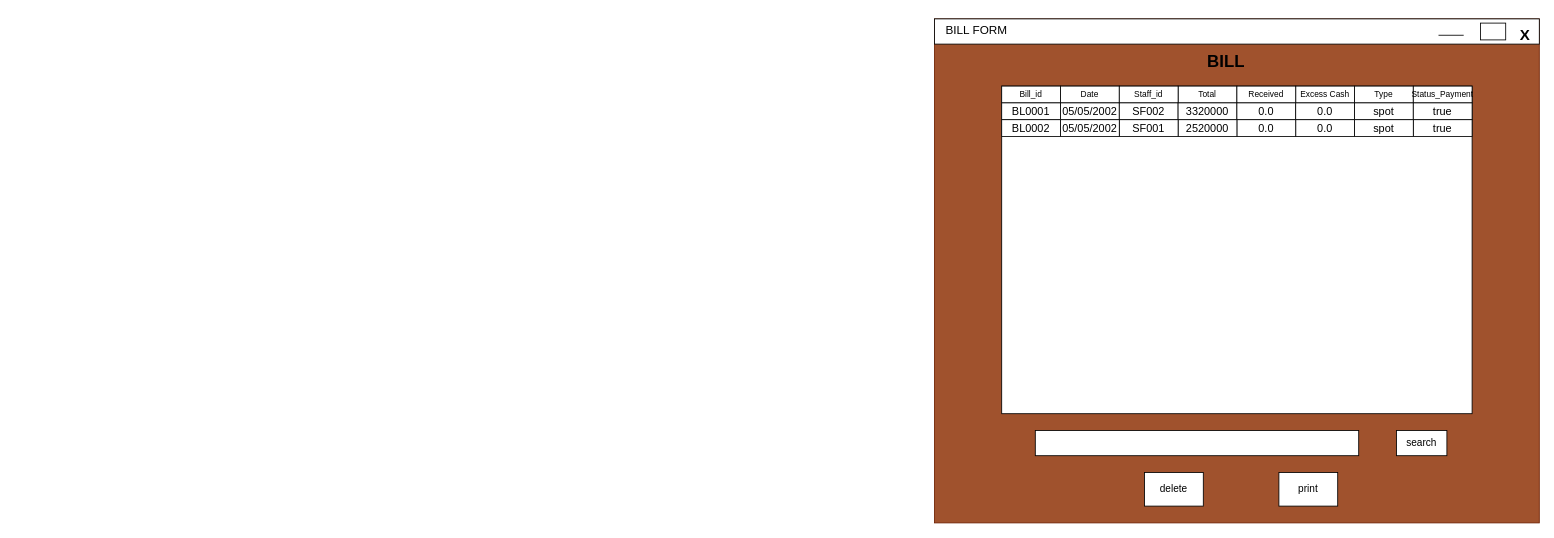
Above: Word/PRD/Draw/bill01.drawio in hungtadasuke/CoffeShop_SoftwareTechnology (draw.io), before the change. Source tidied: cells renumbered, new cells numbered last; positions are measured from the earlier drawing's top-left corner, leaving out a move shared by most shapes. Both pictures are drawn from the tidied source at 84%, with x=0, y=0 at pixel (14, 14).
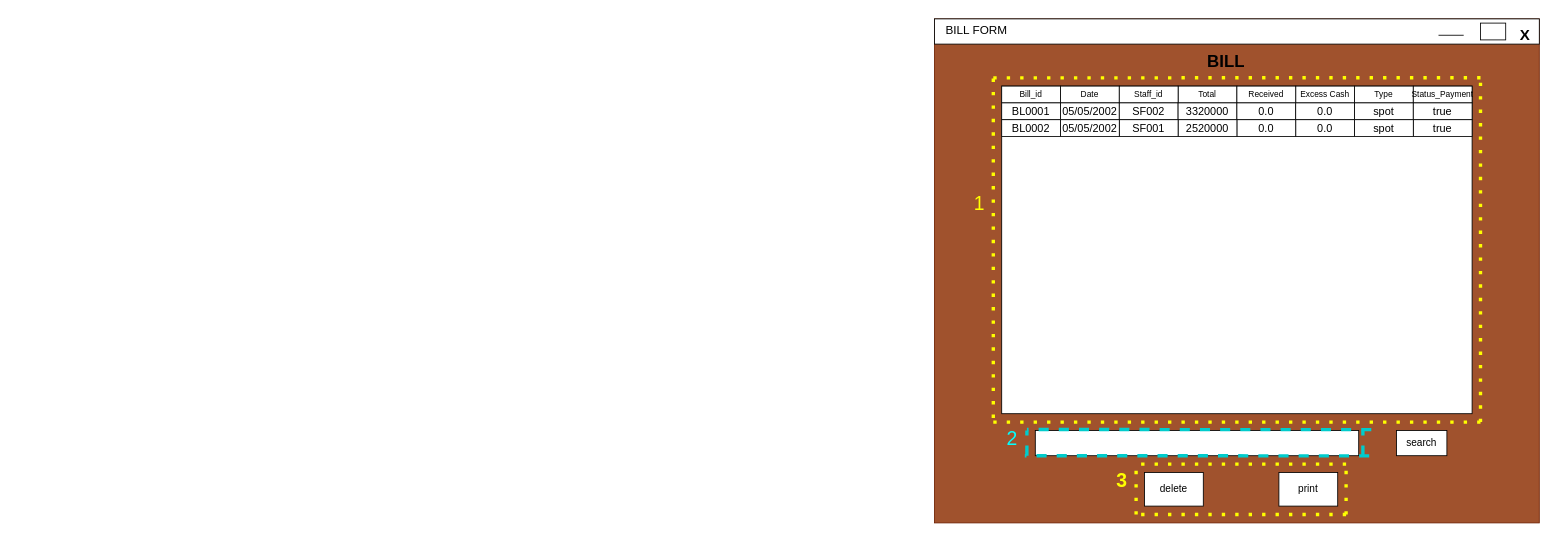
The same page after the edit.

Diff of the diagram source:
```diff
@@
+    <mxCell id="38" style="endArrow=none;dashed=1;html=1;dashPattern=1 3;strokeWidth=4;rounded=0;strokeColor=#FFFF00;" parent="1" edge="1">
+      <mxGeometry relative="1" as="geometry">
+        <mxPoint x="1165" y="480" as="sourcePoint" />
+        <mxPoint x="1165" y="65" as="targetPoint" />
+      </mxGeometry>
+    </mxCell>
+    <mxCell id="39" style="endArrow=none;dashed=1;html=1;dashPattern=1 3;strokeWidth=4;rounded=0;strokeColor=#FFFF00;" parent="1" edge="1">
+      <mxGeometry relative="1" as="geometry">
+        <mxPoint x="1745" y="485" as="sourcePoint" />
+        <mxPoint x="1745" y="75" as="targetPoint" />
+      </mxGeometry>
+    </mxCell>
+    <mxCell id="40" style="endArrow=none;dashed=1;html=1;dashPattern=1 3;strokeWidth=4;rounded=0;strokeColor=#FFFF00;" parent="1" edge="1">
+      <mxGeometry relative="1" as="geometry">
+        <mxPoint x="1745" y="75" as="sourcePoint" />
+        <mxPoint x="1159" y="75.2" as="targetPoint" />
+      </mxGeometry>
+    </mxCell>
+    <mxCell id="41" style="endArrow=none;dashed=1;html=1;dashPattern=1 3;strokeWidth=4;rounded=0;strokeColor=#FFFF00;" parent="1" edge="1">
+      <mxGeometry relative="1" as="geometry">
+        <mxPoint x="1745" y="485" as="sourcePoint" />
+        <mxPoint x="1165" y="485" as="targetPoint" />
+      </mxGeometry>
+    </mxCell>
+    <mxCell id="42" style="endArrow=none;dashed=1;html=1;dashPattern=1 3;strokeWidth=4;rounded=0;strokeColor=#FFFF00;" parent="1" edge="1">
+      <mxGeometry relative="1" as="geometry">
+        <mxPoint x="1585" y="595" as="sourcePoint" />
+        <mxPoint x="1335" y="595" as="targetPoint" />
+      </mxGeometry>
+    </mxCell>
+    <mxCell id="43" style="endArrow=none;dashed=1;html=1;dashPattern=1 3;strokeWidth=4;rounded=0;strokeColor=#FFFF00;" parent="1" edge="1">
+      <mxGeometry relative="1" as="geometry">
+        <mxPoint x="1585" y="535" as="sourcePoint" />
+        <mxPoint x="1335" y="535" as="targetPoint" />
+      </mxGeometry>
+    </mxCell>
+    <mxCell id="44" style="endArrow=none;dashed=1;html=1;dashPattern=1 3;strokeWidth=4;rounded=0;strokeColor=#FFFF00;" parent="1" edge="1">
+      <mxGeometry relative="1" as="geometry">
+        <mxPoint x="1335" y="595" as="sourcePoint" />
+        <mxPoint x="1335" y="535" as="targetPoint" />
+      </mxGeometry>
+    </mxCell>
+    <mxCell id="45" style="endArrow=none;dashed=1;html=1;dashPattern=1 3;strokeWidth=4;rounded=0;strokeColor=#FFFF00;" parent="1" edge="1">
+      <mxGeometry relative="1" as="geometry">
+        <mxPoint x="1585" y="595" as="sourcePoint" />
+        <mxPoint x="1585" y="535" as="targetPoint" />
+      </mxGeometry>
+    </mxCell>
+    <mxCell id="46" style="endArrow=none;dashed=1;html=1;strokeWidth=4;rounded=0;strokeColor=#00CCCC;" parent="1" edge="1">
+      <mxGeometry relative="1" as="geometry">
+        <mxPoint x="1615" y="494" as="sourcePoint" />
+        <mxPoint x="1205" y="493.8" as="targetPoint" />
+      </mxGeometry>
+    </mxCell>
+    <mxCell id="47" style="endArrow=none;dashed=1;html=1;strokeWidth=4;rounded=0;strokeColor=#00CCCC;" parent="1" edge="1">
+      <mxGeometry relative="1" as="geometry">
+        <mxPoint x="1612.5" y="525.2" as="sourcePoint" />
+        <mxPoint x="1202.5" y="525" as="targetPoint" />
+      </mxGeometry>
+    </mxCell>
+    <mxCell id="48" style="endArrow=none;dashed=1;html=1;strokeWidth=4;rounded=0;strokeColor=#00CCCC;" parent="1" edge="1">
+      <mxGeometry relative="1" as="geometry">
+        <mxPoint x="1205" y="525" as="sourcePoint" />
+        <mxPoint x="1205" y="495" as="targetPoint" />
+      </mxGeometry>
+    </mxCell>
+    <mxCell id="49" style="endArrow=none;dashed=1;html=1;strokeWidth=4;rounded=0;strokeColor=#00CCCC;" parent="1" edge="1">
+      <mxGeometry relative="1" as="geometry">
+        <mxPoint x="1605" y="525" as="sourcePoint" />
+        <mxPoint x="1605" y="495" as="targetPoint" />
+      </mxGeometry>
+    </mxCell>
+    <mxCell id="50" value="&lt;font style=&quot;font-size: 23px&quot;&gt;&lt;b&gt;&amp;nbsp; &amp;nbsp; &amp;nbsp; &amp;nbsp; &amp;nbsp; &amp;nbsp; &amp;nbsp; &amp;nbsp; &amp;nbsp; &amp;nbsp; &amp;nbsp; &amp;nbsp; &amp;nbsp; &amp;nbsp; &amp;nbsp; &amp;nbsp; &amp;nbsp; &amp;nbsp; &amp;nbsp; &amp;nbsp; &amp;nbsp; &amp;nbsp; &amp;nbsp; &amp;nbsp; &amp;nbsp; &amp;nbsp; &amp;nbsp; &amp;nbsp; &amp;nbsp; &amp;nbsp; &amp;nbsp; &amp;nbsp; &amp;nbsp; &amp;nbsp; &amp;nbsp; &amp;nbsp; &amp;nbsp; &amp;nbsp; &lt;font color=&quot;#ffff00&quot;&gt;3&lt;/font&gt;&lt;/b&gt;&lt;/font&gt;" style="text;html=1;align=center;verticalAlign=middle;strokeColor=none;fillColor=none;" parent="1" vertex="1">
+      <mxGeometry x="820" y="545" width="510" height="20" as="geometry" />
+    </mxCell>
+    <mxCell id="51" value="&lt;font color=&quot;#00ffff&quot;&gt;&amp;nbsp; &amp;nbsp; &amp;nbsp; &amp;nbsp; &amp;nbsp; &amp;nbsp; &amp;nbsp; &amp;nbsp; &amp;nbsp; &amp;nbsp; &amp;nbsp; &amp;nbsp; &amp;nbsp; &amp;nbsp; &amp;nbsp; &amp;nbsp; 2&lt;/font&gt;" style="text;html=1;align=center;verticalAlign=middle;strokeColor=none;fillColor=none;fontSize=23;fontColor=#FFFF00;" parent="1" vertex="1">
+      <mxGeometry x="970" y="490" width="230" height="30" as="geometry" />
+    </mxCell>
+    <mxCell id="52" value="&lt;font color=&quot;#ffff00&quot;&gt;&amp;nbsp; &amp;nbsp; &amp;nbsp; &amp;nbsp; &amp;nbsp; &amp;nbsp; &amp;nbsp; &amp;nbsp; &amp;nbsp; &amp;nbsp; &amp;nbsp; &amp;nbsp; &amp;nbsp; 1&lt;/font&gt;" style="text;html=1;align=center;verticalAlign=middle;strokeColor=none;fillColor=none;fontSize=23;fontColor=#00FFFF;" parent="1" vertex="1">
+      <mxGeometry x="970" y="210" width="190" height="30" as="geometry" />
+    </mxCell>
```
